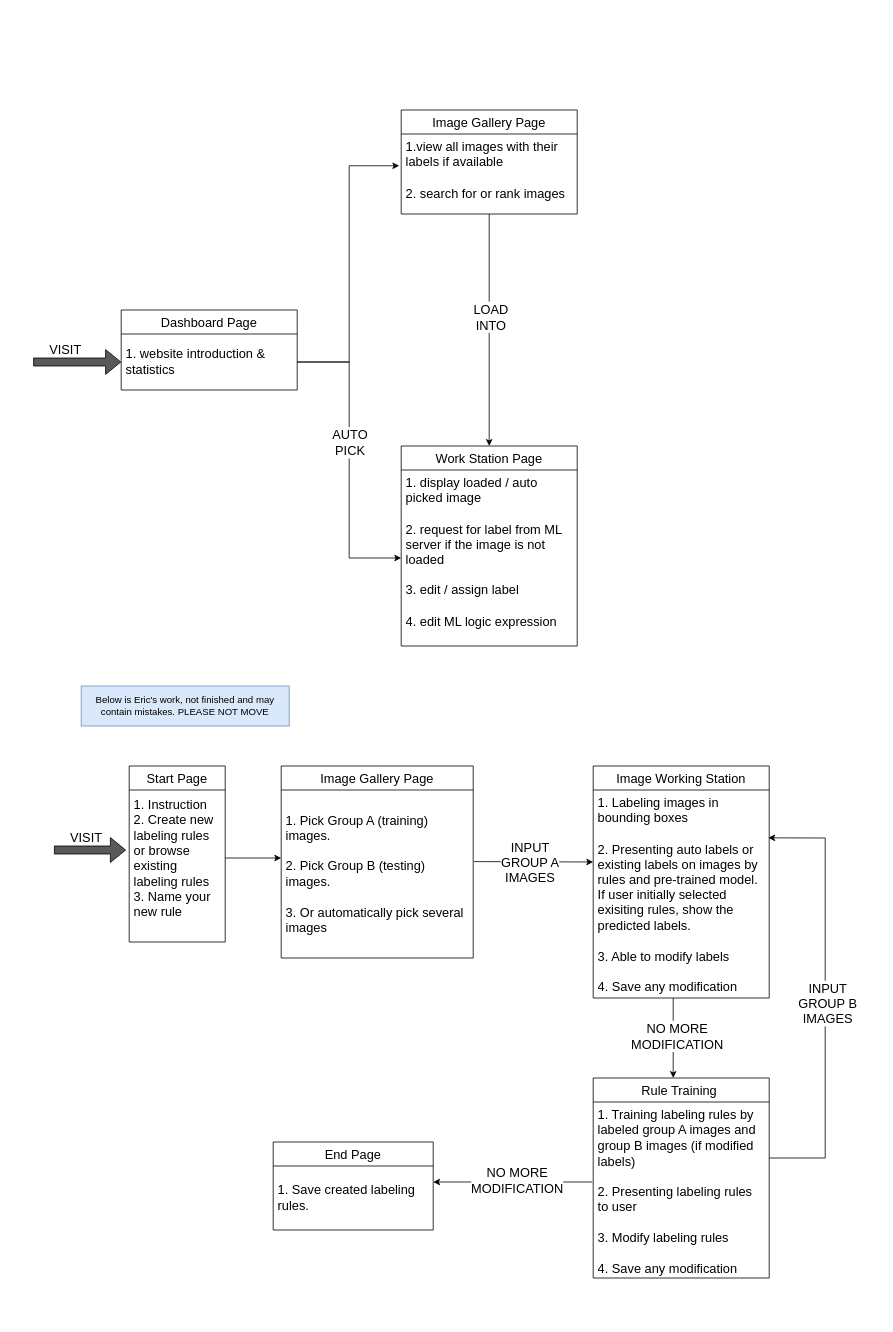
This is page "Web Routers" (2 of 4) of architecture.drawio from Neural-Symbolic-Image-Labeling/NSILWeb, a draw.io file, before an edit. Source tidied: cells renumbered, new cells numbered last; positions are measured from the earlier drawing's top-left corner, leaving out a move shared by most shapes. Both pictures are drawn from the tidied source at 80%, with x=0, y=0 at pixel (33, 110).
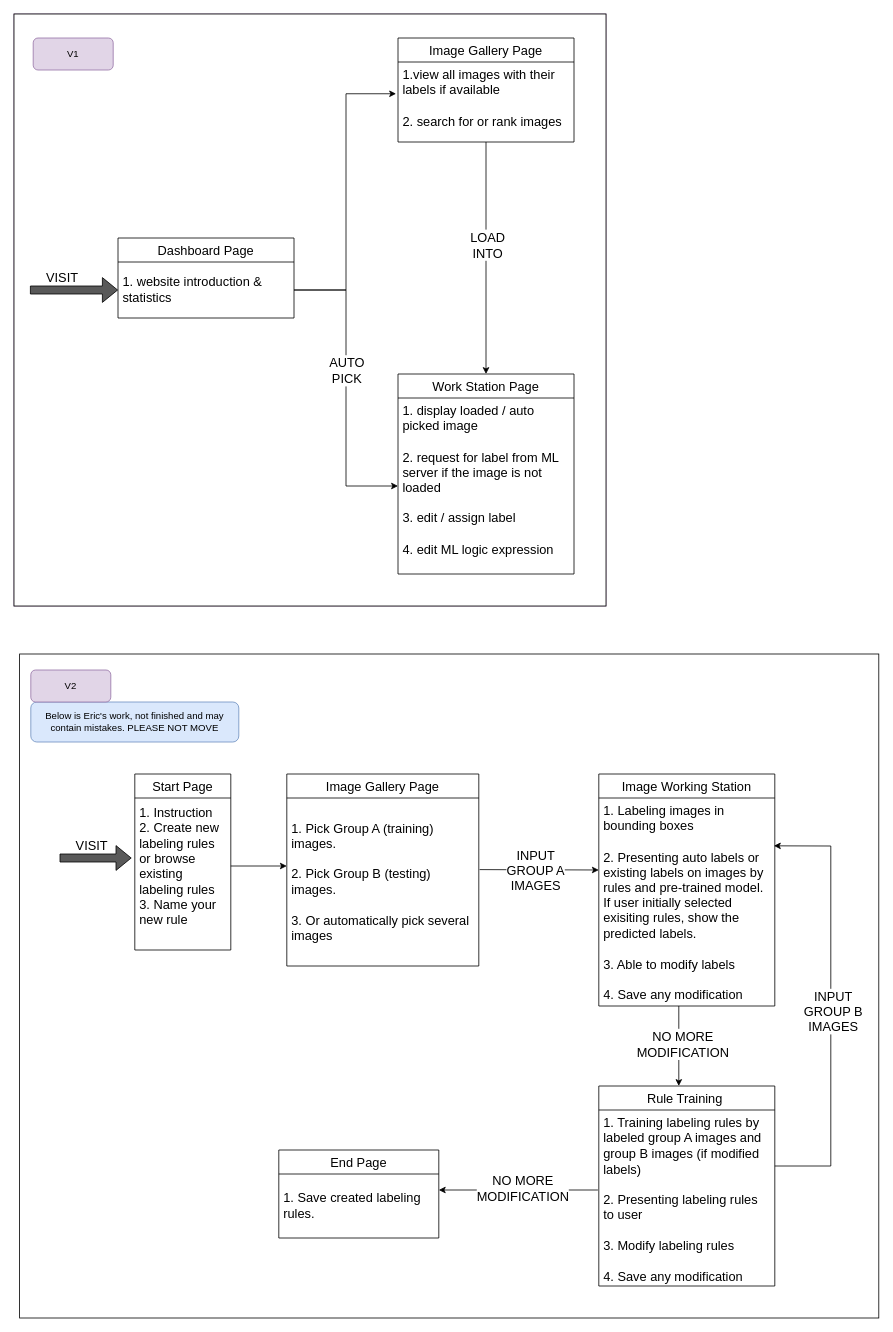
After the change.

The change refers to these unchanged cells:
```xml
<mxCell id="3" value="1. website introduction &amp; statistics " style="text;strokeColor=none;fillColor=none;align=left;verticalAlign=middle;spacingLeft=4;spacingRight=4;overflow=hidden;points=[[0,0.5],[1,0.5]];portConstraint=eastwest;fontSize=16;whiteSpace=wrap;" parent="2" vertex="1">
  <mxGeometry y="30" width="220" height="70" as="geometry" />
</mxCell>
<mxCell id="8" value="1.view all images with their labels if available&#10;&#10;2. search for or rank images&#10;" style="text;strokeColor=none;fillColor=none;align=left;verticalAlign=top;spacingLeft=4;spacingRight=4;overflow=hidden;points=[[0,0.5],[1,0.5]];portConstraint=eastwest;fontSize=16;whiteSpace=wrap;" parent="7" vertex="1">
  <mxGeometry y="30" width="220" height="100" as="geometry" />
</mxCell>
<mxCell id="10" value="1. display loaded / auto picked image&#10;&#10;2. request for label from ML server if the image is not loaded&#10;&#10;3. edit / assign label&#10;&#10;4. edit ML logic expression&#10;" style="text;strokeColor=none;fillColor=none;align=left;verticalAlign=top;spacingLeft=4;spacingRight=4;overflow=hidden;points=[[0,0.5],[1,0.5]];portConstraint=eastwest;fontSize=16;whiteSpace=wrap;" parent="9" vertex="1">
  <mxGeometry y="30" width="220" height="220" as="geometry" />
</mxCell>
<mxCell id="25" value="1. Labeling images in bounding boxes&#10;&#10;2. Presenting auto labels or existing labels on images by rules and pre-trained model. If user initially selected exisiting rules, show the predicted labels.&#10;&#10;3. Able to modify labels &#10;&#10;4. Save any modification" style="text;strokeColor=none;fillColor=none;align=left;verticalAlign=top;spacingLeft=4;spacingRight=4;overflow=hidden;points=[[0,0.5],[1,0.5]];portConstraint=eastwest;fontSize=16;whiteSpace=wrap;" parent="24" vertex="1">
  <mxGeometry y="30" width="220" height="260" as="geometry" />
</mxCell>
```

Diff of the diagram source:
```diff
@@
+    <mxCell id="39" style="group;fillColor=#e1d5e7;strokeColor=#9673a6;" parent="1" vertex="1">
+      <mxGeometry x="-24" y="-120" width="740" height="740" as="geometry" />
+    </mxCell>
+    <mxCell id="40" style="whiteSpace=wrap;html=1;" parent="39" vertex="1">
+      <mxGeometry width="740" height="740" as="geometry" />
+    </mxCell>
-    <mxCell id="2" value="Dashboard Page" style="swimlane;fontStyle=0;horizontal=1;startSize=30;fontSize=16;" parent="1" vertex="1">
-      <mxGeometry x="110" y="250" width="220" height="100" as="geometry" />
+    <mxCell id="2" value="Dashboard Page" style="swimlane;fontStyle=0;horizontal=1;startSize=30;fontSize=16;" parent="39" vertex="1">
+      <mxGeometry x="130" y="280" width="220" height="100" as="geometry" />
     </mxCell>
@@
-    <mxCell id="4" style="shape=flexArrow;endArrow=classic;html=1;rounded=0;fontSize=16;shadow=0;fillColor=#595959;entryX=0;entryY=0.5;entryDx=0;entryDy=0;" parent="1" edge="1" target="3">
+    <mxCell id="4" style="shape=flexArrow;endArrow=classic;html=1;rounded=0;fontSize=16;shadow=0;fillColor=#595959;entryX=0;entryY=0.5;entryDx=0;entryDy=0;" parent="39" edge="1" target="3">
       <mxGeometry relative="1" as="geometry">
-        <mxPoint y="315" as="sourcePoint" />
+        <mxPoint x="20" y="345" as="sourcePoint" />
       </mxGeometry>
     </mxCell>
-    <mxCell id="5" style="edgeStyle=orthogonalEdgeStyle;rounded=0;jettySize=auto;html=1;shadow=0;fontSize=16;startArrow=none;startFill=0;endArrow=classic;endFill=1;fillColor=#595959;" parent="1" edge="1" source="7" target="9">
-      <mxGeometry relative="1" as="geometry" />
-    </mxCell>
-    <mxCell id="6" value="&lt;div&gt;LOAD&lt;/div&gt;&lt;div&gt;INTO&lt;br&gt;&lt;/div&gt;" style="edgeLabel;html=1;align=center;verticalAlign=middle;fontSize=16;" parent="5" vertex="1">
-      <mxGeometry x="-0.12" y="1" relative="1" as="geometry" />
-    </mxCell>
-    <mxCell id="7" value="Image Gallery Page" style="swimlane;fontStyle=0;horizontal=1;startSize=30;fontSize=16;" parent="1" vertex="1">
-      <mxGeometry x="460" width="220" height="130" as="geometry" />
+    <mxCell id="7" value="Image Gallery Page" style="swimlane;fontStyle=0;horizontal=1;startSize=30;fontSize=16;" parent="39" vertex="1">
+      <mxGeometry x="480" y="30" width="220" height="130" as="geometry" />
     </mxCell>
@@
-    <mxCell id="9" value="Work Station Page" style="swimlane;fontStyle=0;horizontal=1;startSize=30;fontSize=16;" parent="1" vertex="1">
-      <mxGeometry x="460" y="420" width="220" height="250" as="geometry" />
+    <mxCell id="9" value="Work Station Page" style="swimlane;fontStyle=0;horizontal=1;startSize=30;fontSize=16;" parent="39" vertex="1">
+      <mxGeometry x="480" y="450" width="220" height="250" as="geometry" />
     </mxCell>
@@
-    <mxCell id="11" style="edgeStyle=orthogonalEdgeStyle;rounded=0;jettySize=auto;html=1;entryX=0;entryY=0.5;entryDx=0;entryDy=0;shadow=0;fontSize=16;startArrow=none;startFill=0;endArrow=classic;endFill=1;fillColor=#595959;" parent="1" edge="1" source="3" target="10">
+    <mxCell id="11" style="edgeStyle=orthogonalEdgeStyle;rounded=0;jettySize=auto;html=1;entryX=0;entryY=0.5;entryDx=0;entryDy=0;shadow=0;fontSize=16;startArrow=none;startFill=0;endArrow=classic;endFill=1;fillColor=#595959;" parent="39" edge="1" source="3" target="10">
       <mxGeometry relative="1" as="geometry" />
     </mxCell>
@@
+    <mxCell id="5" style="edgeStyle=orthogonalEdgeStyle;rounded=0;jettySize=auto;html=1;shadow=0;fontSize=16;startArrow=none;startFill=0;endArrow=classic;endFill=1;fillColor=#595959;" parent="39" edge="1" source="7" target="9">
+      <mxGeometry relative="1" as="geometry" />
+    </mxCell>
+    <mxCell id="6" value="&lt;div&gt;LOAD&lt;/div&gt;&lt;div&gt;INTO&lt;br&gt;&lt;/div&gt;" style="edgeLabel;html=1;align=center;verticalAlign=middle;fontSize=16;" parent="5" vertex="1">
+      <mxGeometry x="-0.12" y="1" relative="1" as="geometry" />
+    </mxCell>
-    <mxCell id="13" style="edgeStyle=orthogonalEdgeStyle;rounded=0;jettySize=auto;html=1;entryX=-0.011;entryY=0.397;entryDx=0;entryDy=0;entryPerimeter=0;shadow=0;fontSize=16;startArrow=none;startFill=0;endArrow=classic;endFill=1;fillColor=#595959;" parent="1" edge="1" source="3" target="8">
+    <mxCell id="13" style="edgeStyle=orthogonalEdgeStyle;rounded=0;jettySize=auto;html=1;entryX=-0.011;entryY=0.397;entryDx=0;entryDy=0;entryPerimeter=0;shadow=0;fontSize=16;startArrow=none;startFill=0;endArrow=classic;endFill=1;fillColor=#595959;" parent="39" edge="1" source="3" target="8">
       <mxGeometry relative="1" as="geometry" />
     </mxCell>
-    <mxCell id="14" value="VISIT" style="text;html=1;align=center;verticalAlign=middle;strokeColor=none;fillColor=none;fontSize=16;" parent="1" vertex="1">
-      <mxGeometry x="10" y="290" width="60" height="20" as="geometry" />
+    <mxCell id="14" value="VISIT" style="text;html=1;align=center;verticalAlign=middle;strokeColor=none;fillColor=none;fontSize=16;" parent="39" vertex="1">
+      <mxGeometry x="30" y="320" width="60" height="20" as="geometry" />
     </mxCell>
+    <mxCell id="41" value="V1" style="rounded=1;whiteSpace=wrap;html=1;fillColor=#e1d5e7;strokeColor=#9673a6;" parent="39" vertex="1">
+      <mxGeometry x="24" y="30" width="100" height="40" as="geometry" />
+    </mxCell>
+    <mxCell id="42" style="group;" parent="1" vertex="1">
+      <mxGeometry x="-17" y="680" width="1074" height="830" as="geometry" />
+    </mxCell>
+    <mxCell id="43" style="rounded=0;whiteSpace=wrap;html=1;labelBackgroundColor=#D2A6FF;fontColor=#F1D4FF;" parent="42" vertex="1">
+      <mxGeometry width="1074" height="830" as="geometry" />
+    </mxCell>
-    <mxCell id="15" style="shape=flexArrow;endArrow=classic;html=1;rounded=0;fontSize=16;shadow=0;fillColor=#595959;" parent="1" edge="1">
+    <mxCell id="15" style="shape=flexArrow;endArrow=classic;html=1;rounded=0;fontSize=16;shadow=0;fillColor=#595959;" parent="42" edge="1">
       <mxGeometry relative="1" as="geometry">
-        <mxPoint x="26" y="925" as="sourcePoint" />
-        <mxPoint x="116" y="925" as="targetPoint" />
+        <mxPoint x="50" y="255" as="sourcePoint" />
+        <mxPoint x="140" y="255" as="targetPoint" />
       </mxGeometry>
     </mxCell>
-    <mxCell id="16" value="VISIT" style="text;html=1;align=center;verticalAlign=middle;strokeColor=none;fillColor=none;fontSize=16;" parent="1" vertex="1">
-      <mxGeometry x="36" y="900" width="60" height="20" as="geometry" />
+    <mxCell id="16" value="VISIT" style="text;html=1;align=center;verticalAlign=middle;strokeColor=none;fillColor=none;fontSize=16;" parent="42" vertex="1">
+      <mxGeometry x="60" y="230" width="60" height="20" as="geometry" />
     </mxCell>
-    <mxCell id="17" value="Start Page" style="swimlane;fontStyle=0;horizontal=1;startSize=30;fontSize=16;" parent="1" vertex="1">
-      <mxGeometry x="120" y="820" width="120" height="220" as="geometry" />
+    <mxCell id="17" value="Start Page" style="swimlane;fontStyle=0;horizontal=1;startSize=30;fontSize=16;" parent="42" vertex="1">
+      <mxGeometry x="144" y="150" width="120" height="220" as="geometry" />
     </mxCell>
@@
-    <mxCell id="19" style="endArrow=classic;html=1;rounded=0;" parent="1" edge="1">
+    <mxCell id="19" style="endArrow=classic;html=1;rounded=0;" parent="42" edge="1">
       <mxGeometry relative="1" as="geometry">
-        <mxPoint x="240" y="935" as="sourcePoint" />
-        <mxPoint x="310" y="935" as="targetPoint" />
+        <mxPoint x="264" y="265" as="sourcePoint" />
+        <mxPoint x="334" y="265" as="targetPoint" />
       </mxGeometry>
     </mxCell>
-    <mxCell id="20" value="Image Gallery Page" style="swimlane;fontStyle=0;horizontal=1;startSize=30;fontSize=16;" parent="1" vertex="1">
-      <mxGeometry x="310" y="820" width="240" height="240" as="geometry" />
+    <mxCell id="20" value="Image Gallery Page" style="swimlane;fontStyle=0;horizontal=1;startSize=30;fontSize=16;" parent="42" vertex="1">
+      <mxGeometry x="334" y="150" width="240" height="240" as="geometry" />
     </mxCell>
@@
-    <mxCell id="22" value="Below is Eric's work, not finished and may contain mistakes. PLEASE NOT MOVE" style="rounded=0;whiteSpace=wrap;html=1;fillColor=#dae8fc;strokeColor=#6c8ebf;" parent="1" vertex="1">
-      <mxGeometry x="60" y="720" width="260" height="50" as="geometry" />
+    <mxCell id="22" value="Below is Eric's work, not finished and may contain mistakes. PLEASE NOT MOVE" style="rounded=1;whiteSpace=wrap;html=1;fillColor=#dae8fc;strokeColor=#6c8ebf;" parent="42" vertex="1">
+      <mxGeometry x="14" y="60" width="260" height="50" as="geometry" />
     </mxCell>
-    <mxCell id="23" style="endArrow=classic;html=1;rounded=0;" parent="1" edge="1">
+    <mxCell id="23" style="endArrow=classic;html=1;rounded=0;" parent="42" edge="1">
       <mxGeometry relative="1" as="geometry">
-        <mxPoint x="551" y="939.5" as="sourcePoint" />
-        <mxPoint x="700" y="940" as="targetPoint" />
+        <mxPoint x="575" y="269.5" as="sourcePoint" />
+        <mxPoint x="724" y="270" as="targetPoint" />
       </mxGeometry>
     </mxCell>
-    <mxCell id="24" value="Image Working Station" style="swimlane;fontStyle=0;horizontal=1;startSize=30;fontSize=16;" parent="1" vertex="1">
-      <mxGeometry x="700" y="820" width="220" height="290" as="geometry" />
+    <mxCell id="24" value="Image Working Station" style="swimlane;fontStyle=0;horizontal=1;startSize=30;fontSize=16;" parent="42" vertex="1">
+      <mxGeometry x="724" y="150" width="220" height="290" as="geometry" />
     </mxCell>
@@
-    <mxCell id="27" value="NO MORE&lt;br&gt;MODIFICATION" style="edgeLabel;html=1;align=center;verticalAlign=middle;fontSize=16;labelBorderColor=none;labelBackgroundColor=#FFFFFF;" parent="1" vertex="1">
-      <mxGeometry x="850" y="1000" as="geometry">
+    <mxCell id="27" value="NO MORE&lt;br&gt;MODIFICATION" style="edgeLabel;html=1;align=center;verticalAlign=middle;fontSize=16;labelBorderColor=none;labelBackgroundColor=#FFFFFF;" parent="42" vertex="1">
+      <mxGeometry x="874" y="330" as="geometry">
         <mxPoint x="-46" y="157" as="offset" />
       </mxGeometry>
     </mxCell>
-    <mxCell id="28" value="Rule Training " style="swimlane;fontStyle=0;horizontal=1;startSize=30;fontSize=16;" parent="1" vertex="1">
-      <mxGeometry x="700" y="1210" width="220" height="250" as="geometry" />
+    <mxCell id="28" value="Rule Training " style="swimlane;fontStyle=0;horizontal=1;startSize=30;fontSize=16;" parent="42" vertex="1">
+      <mxGeometry x="724" y="540" width="220" height="250" as="geometry" />
     </mxCell>
@@
-    <mxCell id="31" value="INPUT&lt;br&gt;GROUP A&lt;br&gt;IMAGES" style="edgeLabel;html=1;align=center;verticalAlign=middle;fontSize=16;" parent="1" vertex="1">
-      <mxGeometry x="620" y="940" as="geometry" />
+    <mxCell id="31" value="INPUT&lt;br&gt;GROUP A&lt;br&gt;IMAGES" style="edgeLabel;html=1;align=center;verticalAlign=middle;fontSize=16;" parent="42" vertex="1">
+      <mxGeometry x="644" y="270" as="geometry" />
     </mxCell>
-    <mxCell id="32" style="endArrow=none;html=1;rounded=0;" parent="1" edge="1">
+    <mxCell id="32" style="endArrow=none;html=1;rounded=0;" parent="42" edge="1">
       <mxGeometry relative="1" as="geometry">
-        <mxPoint x="920" y="1310" as="sourcePoint" />
-        <mxPoint x="990" y="1310" as="targetPoint" />
+        <mxPoint x="944" y="640" as="sourcePoint" />
+        <mxPoint x="1014" y="640" as="targetPoint" />
       </mxGeometry>
     </mxCell>
-    <mxCell id="33" style="endArrow=none;html=1;rounded=0;" parent="1" edge="1">
+    <mxCell id="33" style="endArrow=none;html=1;rounded=0;" parent="42" edge="1">
       <mxGeometry relative="1" as="geometry">
-        <mxPoint x="990" y="1310" as="sourcePoint" />
-        <mxPoint x="990" y="910" as="targetPoint" />
+        <mxPoint x="1014" y="640" as="sourcePoint" />
+        <mxPoint x="1014" y="240" as="targetPoint" />
       </mxGeometry>
     </mxCell>
-    <mxCell id="34" style="endArrow=classic;html=1;rounded=0;entryX=0.995;entryY=0.23;entryDx=0;entryDy=0;entryPerimeter=0;" parent="1" edge="1" target="25">
+    <mxCell id="34" style="endArrow=classic;html=1;rounded=0;entryX=0.995;entryY=0.23;entryDx=0;entryDy=0;entryPerimeter=0;" parent="42" edge="1" target="25">
       <mxGeometry relative="1" as="geometry">
-        <mxPoint x="990" y="910" as="sourcePoint" />
+        <mxPoint x="1014" y="240" as="sourcePoint" />
       </mxGeometry>
     </mxCell>
-    <mxCell id="35" value="INPUT&lt;br&gt;GROUP B&lt;br&gt;IMAGES" style="edgeLabel;html=1;align=center;verticalAlign=middle;fontSize=16;" parent="1" vertex="1">
-      <mxGeometry x="1010" y="1120" as="geometry">
+    <mxCell id="35" value="INPUT&lt;br&gt;GROUP B&lt;br&gt;IMAGES" style="edgeLabel;html=1;align=center;verticalAlign=middle;fontSize=16;" parent="42" vertex="1">
+      <mxGeometry x="1034" y="450" as="geometry">
         <mxPoint x="-18" y="-4" as="offset" />
       </mxGeometry>
     </mxCell>
-    <mxCell id="36" value="NO MORE&lt;br&gt;MODIFICATION" style="edgeLabel;html=1;align=center;verticalAlign=middle;fontSize=16;labelBorderColor=none;labelBackgroundColor=#FFFFFF;" parent="1" vertex="1">
-      <mxGeometry x="650" y="1180" as="geometry">
+    <mxCell id="36" value="NO MORE&lt;br&gt;MODIFICATION" style="edgeLabel;html=1;align=center;verticalAlign=middle;fontSize=16;labelBorderColor=none;labelBackgroundColor=#FFFFFF;" parent="42" vertex="1">
+      <mxGeometry x="674" y="510" as="geometry">
         <mxPoint x="-46" y="157" as="offset" />
       </mxGeometry>
     </mxCell>
-    <mxCell id="37" value="End Page" style="swimlane;fontStyle=0;horizontal=1;startSize=30;fontSize=16;" parent="1" vertex="1">
-      <mxGeometry x="300" y="1290" width="200" height="110" as="geometry" />
+    <mxCell id="37" value="End Page" style="swimlane;fontStyle=0;horizontal=1;startSize=30;fontSize=16;" parent="42" vertex="1">
+      <mxGeometry x="324" y="620" width="200" height="110" as="geometry" />
     </mxCell>
@@
+    <mxCell id="44" value="V2" style="rounded=1;whiteSpace=wrap;html=1;fillColor=#e1d5e7;strokeColor=#9673a6;" parent="42" vertex="1">
+      <mxGeometry x="14" y="20" width="100" height="40" as="geometry" />
+    </mxCell>
```
